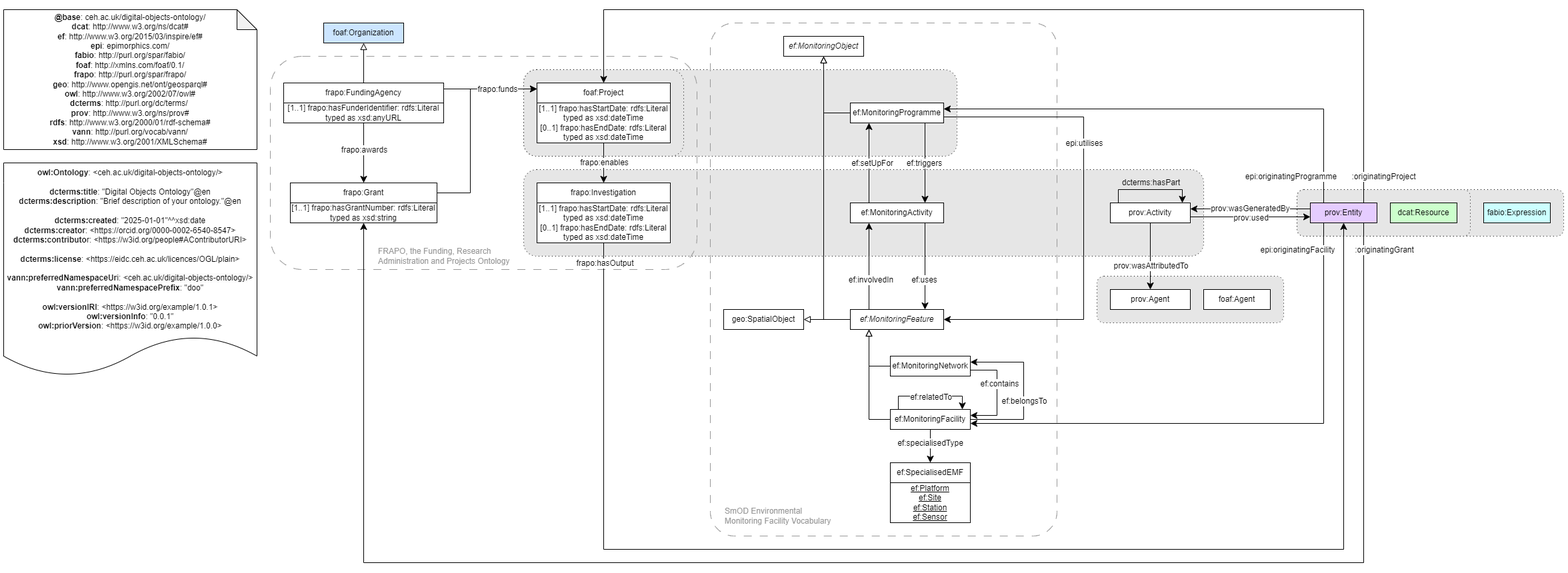
The draw.io diagram ontology/digital_objects_ontology.png in NERC-CEH/digital-objects-ontology, before a commit. Source tidied: cells renumbered, new cells last; positions are measured from the earlier drawing's top-left corner, leaving out a move shared by most shapes.
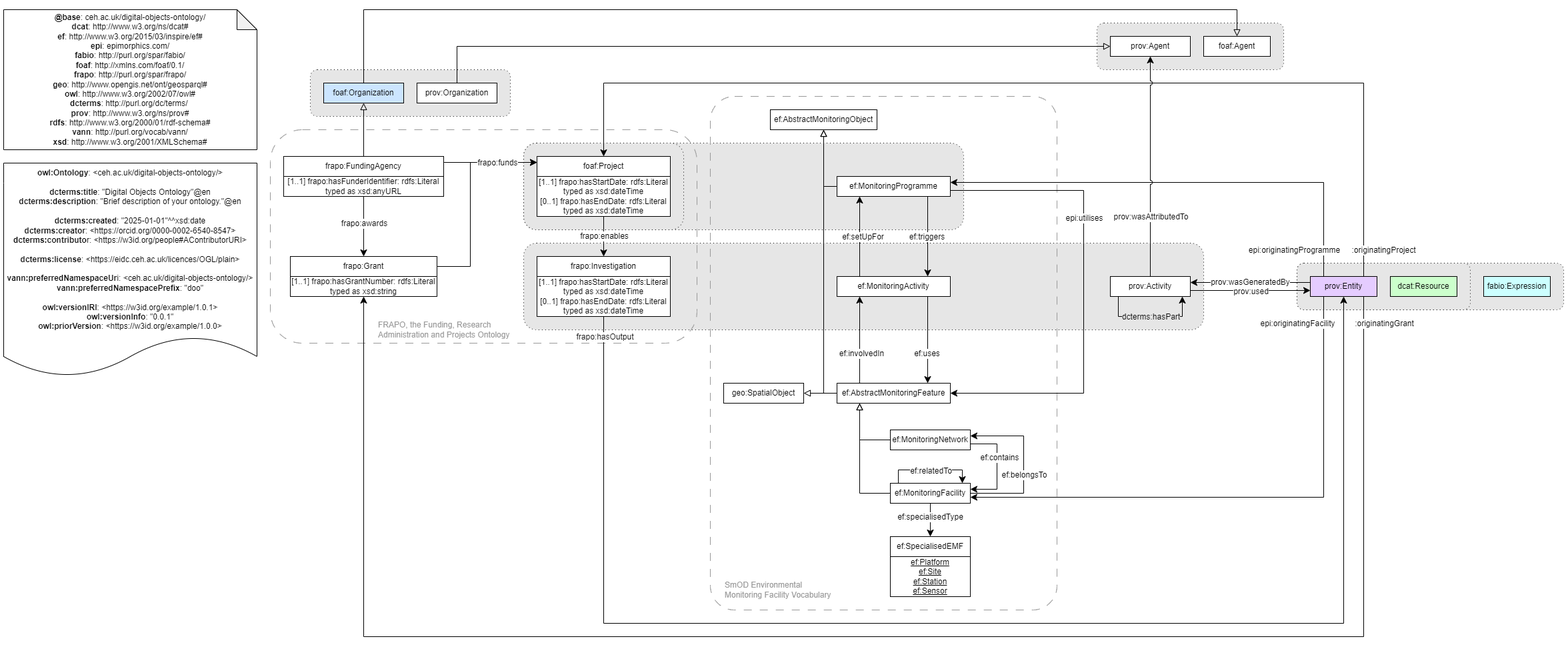
The same file after the commit.

What changed in the source:
```diff
@@ -4,2 +4,5 @@
     <mxCell id="1" parent="0" />
+    <mxCell id="90" style="rounded=1;whiteSpace=wrap;html=1;fillColor=#E6E6E6;dashed=1;dashPattern=1 4;" parent="1" vertex="1">
+      <mxGeometry x="460" y="-20" width="300" height="70" as="geometry" />
+    </mxCell>
     <mxCell id="2" style="rounded=1;whiteSpace=wrap;html=1;fillColor=#E6E6E6;dashed=1;dashPattern=1 4;" parent="1" vertex="1">
@@ -14,3 +17,3 @@
     <mxCell id="5" style="rounded=1;whiteSpace=wrap;html=1;fillColor=#E6E6E6;dashed=1;dashPattern=1 4;" parent="1" vertex="1">
-      <mxGeometry x="780" y="90" width="650" height="130" as="geometry" />
+      <mxGeometry x="780" y="90" width="660" height="130" as="geometry" />
     </mxCell>
@@ -34,3 +37,3 @@
     <mxCell id="10" style="rounded=1;whiteSpace=wrap;html=1;fillColor=#E6E6E6;dashed=1;dashPattern=1 4;" parent="1" vertex="1">
-      <mxGeometry x="1640" y="400" width="280" height="70" as="geometry" />
+      <mxGeometry x="1640" y="-90" width="280" height="70" as="geometry" />
     </mxCell>
@@ -69,3 +72,3 @@
         <Array as="points">
-          <mxPoint x="1298" y="535" />
+          <mxPoint x="1284" y="535" />
         </Array>
@@ -73,4 +76,4 @@
     </mxCell>
-    <mxCell id="20" value="&lt;i&gt;ef:MonitoringFeature&lt;/i&gt;" style="rounded=0;whiteSpace=wrap;html=1;snapToPoint=1;points=[[0.1,0],[0.2,0],[0.3,0],[0.4,0],[0.5,0],[0.6,0],[0.7,0],[0.8,0],[0.9,0],[0,0.1],[0,0.3],[0,0.5],[0,0.7],[0,0.9],[0.1,1],[0.2,1],[0.3,1],[0.4,1],[0.5,1],[0.6,1],[0.7,1],[0.8,1],[0.9,1],[1,0.1],[1,0.3],[1,0.5],[1,0.7],[1,0.9]];" parent="1" vertex="1">
-      <mxGeometry x="1270" y="450" width="140" height="30" as="geometry" />
+    <mxCell id="20" value="ef:AbstractMonitoringFeature" style="rounded=0;whiteSpace=wrap;html=1;snapToPoint=1;points=[[0.1,0],[0.2,0],[0.3,0],[0.4,0],[0.5,0],[0.6,0],[0.7,0],[0.8,0],[0.9,0],[0,0.1],[0,0.3],[0,0.5],[0,0.7],[0,0.9],[0.1,1],[0.2,1],[0.3,1],[0.4,1],[0.5,1],[0.6,1],[0.7,1],[0.8,1],[0.9,1],[1,0.1],[1,0.3],[1,0.5],[1,0.7],[1,0.9]];" parent="1" vertex="1">
+      <mxGeometry x="1250" y="450" width="170" height="30" as="geometry" />
     </mxCell>
@@ -82,3 +85,3 @@
         <Array as="points">
-          <mxPoint x="1298" y="615" />
+          <mxPoint x="1284" y="615" />
         </Array>
@@ -89,4 +92,4 @@
     </mxCell>
-    <mxCell id="24" value="&lt;i&gt;ef:MonitoringObject&lt;/i&gt;" style="rounded=0;whiteSpace=wrap;html=1;snapToPoint=1;points=[[0.1,0],[0.2,0],[0.3,0],[0.4,0],[0.5,0],[0.6,0],[0.7,0],[0.8,0],[0.9,0],[0,0.1],[0,0.3],[0,0.5],[0,0.7],[0,0.9],[0.1,1],[0.2,1],[0.3,1],[0.4,1],[0.5,1],[0.6,1],[0.7,1],[0.8,1],[0.9,1],[1,0.1],[1,0.3],[1,0.5],[1,0.7],[1,0.9]];" parent="1" vertex="1">
-      <mxGeometry x="1170" y="40" width="120" height="30" as="geometry" />
+    <mxCell id="24" value="ef:AbstractMonitoringObject" style="rounded=0;whiteSpace=wrap;html=1;snapToPoint=1;points=[[0.1,0],[0.2,0],[0.3,0],[0.4,0],[0.5,0],[0.6,0],[0.7,0],[0.8,0],[0.9,0],[0,0.1],[0,0.3],[0,0.5],[0,0.7],[0,0.9],[0.1,1],[0.2,1],[0.3,1],[0.4,1],[0.5,1],[0.6,1],[0.7,1],[0.8,1],[0.9,1],[1,0.1],[1,0.3],[1,0.5],[1,0.7],[1,0.9]];" parent="1" vertex="1">
+      <mxGeometry x="1150" y="40" width="160" height="30" as="geometry" />
     </mxCell>
@@ -100,3 +103,3 @@
     <mxCell id="26" value="ef:MonitoringProgramme" style="rounded=0;whiteSpace=wrap;html=1;snapToPoint=1;points=[[0.1,0],[0.2,0],[0.3,0],[0.4,0],[0.5,0],[0.6,0],[0.7,0],[0.8,0],[0.9,0],[0,0.1],[0,0.3],[0,0.5],[0,0.7],[0,0.9],[0.1,1],[0.2,1],[0.3,1],[0.4,1],[0.5,1],[0.6,1],[0.7,1],[0.8,1],[0.9,1],[1,0.1],[1,0.3],[1,0.5],[1,0.7],[1,0.9]];" parent="1" vertex="1">
-      <mxGeometry x="1270" y="140" width="140" height="30" as="geometry" />
+      <mxGeometry x="1250" y="140" width="170" height="30" as="geometry" />
     </mxCell>
@@ -110,3 +113,3 @@
     <mxCell id="28" value="&lt;font style=&quot;&quot;&gt;ef:MonitoringActivity&lt;/font&gt;" style="rounded=0;whiteSpace=wrap;html=1;snapToPoint=1;points=[[0.1,0],[0.2,0],[0.3,0],[0.4,0],[0.5,0],[0.6,0],[0.7,0],[0.8,0],[0.9,0],[0,0.1],[0,0.3],[0,0.5],[0,0.7],[0,0.9],[0.1,1],[0.2,1],[0.3,1],[0.4,1],[0.5,1],[0.6,1],[0.7,1],[0.8,1],[0.9,1],[1,0.1],[1,0.3],[1,0.5],[1,0.7],[1,0.9]];fontColor=default;" parent="1" vertex="1">
-      <mxGeometry x="1270" y="290" width="140" height="30" as="geometry" />
+      <mxGeometry x="1250" y="290" width="170" height="30" as="geometry" />
     </mxCell>
@@ -219,12 +222,4 @@
     </mxCell>
-    <mxCell id="55" style="endArrow=classic;html=1;exitX=0.5;exitY=1;exitDx=0;exitDy=0;endSize=8;arcSize=0;rounded=0;entryX=0.5;entryY=0;entryDx=0;entryDy=0;" parent="1" edge="1" source="16" target="57">
-      <mxGeometry relative="1" as="geometry" />
-    </mxCell>
-    <mxCell id="56" value="&lt;div&gt;&lt;font style=&quot;font-size: 12px;&quot;&gt;prov:wasAttributedTo&lt;/font&gt;&lt;/div&gt;" style="edgeLabel;html=1;align=center;verticalAlign=middle;" parent="55" vertex="1">
-      <mxGeometry x="-0.19" y="-1" relative="1" as="geometry">
-        <mxPoint x="1" y="24" as="offset" />
-      </mxGeometry>
-    </mxCell>
     <mxCell id="57" value="prov:Agent" style="rounded=0;whiteSpace=wrap;html=1;snapToPoint=1;points=[[0.1,0],[0.2,0],[0.3,0],[0.4,0],[0.5,0],[0.6,0],[0.7,0],[0.8,0],[0.9,0],[0,0.1],[0,0.3],[0,0.5],[0,0.7],[0,0.9],[0.1,1],[0.2,1],[0.3,1],[0.4,1],[0.5,1],[0.6,1],[0.7,1],[0.8,1],[0.9,1],[1,0.1],[1,0.3],[1,0.5],[1,0.7],[1,0.9]];" parent="1" vertex="1">
-      <mxGeometry x="1660" y="420" width="120" height="30" as="geometry" />
+      <mxGeometry x="1660" y="-70" width="120" height="30" as="geometry" />
     </mxCell>
@@ -239,3 +234,3 @@
     <mxCell id="60" value="foaf:Organization" style="rounded=0;whiteSpace=wrap;html=1;snapToPoint=1;points=[[0.1,0],[0.2,0],[0.3,0],[0.4,0],[0.5,0],[0.6,0],[0.7,0],[0.8,0],[0.9,0],[0,0.1],[0,0.3],[0,0.5],[0,0.7],[0,0.9],[0.1,1],[0.2,1],[0.3,1],[0.4,1],[0.5,1],[0.6,1],[0.7,1],[0.8,1],[0.9,1],[1,0.1],[1,0.3],[1,0.5],[1,0.7],[1,0.9]];fillColor=#CCE5FF;" parent="1" vertex="1">
-      <mxGeometry x="480" y="20" width="120" height="30" as="geometry" />
+      <mxGeometry x="480" width="120" height="30" as="geometry" />
     </mxCell>
@@ -248,3 +243,3 @@
     <mxCell id="63" value="foaf:Agent" style="rounded=0;whiteSpace=wrap;html=1;snapToPoint=1;points=[[0.1,0],[0.2,0],[0.3,0],[0.4,0],[0.5,0],[0.6,0],[0.7,0],[0.8,0],[0.9,0],[0,0.1],[0,0.3],[0,0.5],[0,0.7],[0,0.9],[0.1,1],[0.2,1],[0.3,1],[0.4,1],[0.5,1],[0.6,1],[0.7,1],[0.8,1],[0.9,1],[1,0.1],[1,0.3],[1,0.5],[1,0.7],[1,0.9]];" parent="1" vertex="1">
-      <mxGeometry x="1800" y="420" width="100" height="30" as="geometry" />
+      <mxGeometry x="1800" y="-70" width="100" height="30" as="geometry" />
     </mxCell>
@@ -300,7 +295,7 @@
     </mxCell>
-    <mxCell id="72" style="endArrow=classic;html=1;exitX=0.1;exitY=0;exitDx=0;exitDy=0;entryX=0.9;entryY=0;entryDx=0;entryDy=0;endSize=8;arcSize=0;rounded=1;" parent="1" edge="1" source="16" target="16">
+    <mxCell id="72" style="endArrow=classic;html=1;exitX=0.1;exitY=1;exitDx=0;exitDy=0;entryX=0.9;entryY=1;entryDx=0;entryDy=0;endSize=8;arcSize=0;rounded=1;" parent="1" edge="1" source="16" target="16">
       <mxGeometry relative="1" as="geometry">
         <Array as="points">
-          <mxPoint x="1672" y="270" />
-          <mxPoint x="1768" y="270" />
+          <mxPoint x="1672" y="350" />
+          <mxPoint x="1768" y="350" />
         </Array>
@@ -310,3 +305,3 @@
       <mxGeometry x="-0.19" y="-1" relative="1" as="geometry">
-        <mxPoint x="13" y="-12" as="offset" />
+        <mxPoint x="15" y="-1" as="offset" />
       </mxGeometry>
@@ -329,3 +324,3 @@
     <mxCell id="79" value="&lt;div&gt;&lt;b&gt;@base&lt;/b&gt;: ceh.ac.uk/digital-objects-ontology/&lt;/div&gt;&lt;div&gt;&lt;b&gt;dcat&lt;/b&gt;:&amp;nbsp;http://www.w3.org/ns/dcat#&lt;br&gt;&lt;/div&gt;&lt;div&gt;&lt;b style=&quot;background-color: transparent; color: light-dark(rgb(0, 0, 0), rgb(255, 255, 255));&quot;&gt;ef&lt;/b&gt;&lt;span style=&quot;background-color: transparent; color: light-dark(rgb(0, 0, 0), rgb(255, 255, 255));&quot;&gt;:&amp;nbsp;http://www.w3.org/2015/03/inspire/ef#&lt;/span&gt;&lt;br&gt;&lt;/div&gt;&lt;div&gt;&lt;b&gt;epi&lt;/b&gt;: epimorphics.com/&lt;/div&gt;&lt;div&gt;&lt;b&gt;fabio&lt;/b&gt;:&amp;nbsp;&lt;span style=&quot;background-color: transparent;&quot;&gt;http://purl.org/spar/fabio/&lt;/span&gt;&lt;/div&gt;&lt;div&gt;&lt;span style=&quot;background-color: transparent;&quot;&gt;&lt;b&gt;foaf&lt;/b&gt;:&amp;nbsp;&lt;/span&gt;&lt;span style=&quot;background-color: transparent;&quot;&gt;http://xmlns.com/foaf/0.1/&lt;/span&gt;&lt;/div&gt;&lt;div&gt;&lt;span style=&quot;background-color: transparent;&quot;&gt;&lt;b&gt;frapo&lt;/b&gt;:&amp;nbsp;&lt;/span&gt;&lt;span style=&quot;background-color: transparent; color: light-dark(rgb(0, 0, 0), rgb(255, 255, 255));&quot;&gt;http://purl.org/spar/frapo/&lt;/span&gt;&lt;/div&gt;&lt;div&gt;&lt;span style=&quot;background-color: transparent;&quot;&gt;&lt;b&gt;geo&lt;/b&gt;:&amp;nbsp;&lt;/span&gt;&lt;span style=&quot;background-color: transparent;&quot;&gt;http://www.opengis.net/ont/geosparql#&lt;/span&gt;&lt;/div&gt;&lt;div&gt;&lt;b style=&quot;background-color: transparent; color: light-dark(rgb(0, 0, 0), rgb(255, 255, 255));&quot;&gt;owl&lt;/b&gt;&lt;span style=&quot;background-color: transparent; color: light-dark(rgb(0, 0, 0), rgb(255, 255, 255));&quot;&gt;:&amp;nbsp;&lt;/span&gt;&lt;span style=&quot;background-color: transparent;&quot;&gt;http://www.w3.org/2002/07/owl#&lt;/span&gt;&lt;/div&gt;&lt;div&gt;&lt;b style=&quot;background-color: transparent; color: light-dark(rgb(0, 0, 0), rgb(255, 255, 255));&quot;&gt;dcterms&lt;/b&gt;&lt;span style=&quot;background-color: transparent; color: light-dark(rgb(0, 0, 0), rgb(255, 255, 255));&quot;&gt;:&amp;nbsp;&lt;/span&gt;&lt;span style=&quot;background-color: transparent;&quot;&gt;http://purl.org/dc/terms/&lt;/span&gt;&lt;span style=&quot;background-color: transparent; color: light-dark(rgb(0, 0, 0), rgb(255, 255, 255));&quot;&gt;&amp;nbsp;&lt;/span&gt;&lt;/div&gt;&lt;div&gt;&lt;b style=&quot;background-color: transparent; color: light-dark(rgb(0, 0, 0), rgb(255, 255, 255));&quot;&gt;prov&lt;/b&gt;&lt;span style=&quot;background-color: transparent; color: light-dark(rgb(0, 0, 0), rgb(255, 255, 255));&quot;&gt;:&lt;/span&gt;&lt;span style=&quot;background-color: transparent; color: light-dark(rgb(0, 0, 0), rgb(255, 255, 255));&quot;&gt;&amp;nbsp;http://www.w3.org/ns/prov#&lt;/span&gt;&lt;br&gt;&lt;/div&gt;&lt;div&gt;&lt;span style=&quot;background-color: transparent; color: light-dark(rgb(0, 0, 0), rgb(255, 255, 255));&quot;&gt;&lt;b&gt;rdfs&lt;/b&gt;:&amp;nbsp;&lt;/span&gt;&lt;span style=&quot;background-color: transparent;&quot;&gt;http://www.w3.org/2000/01/rdf-schema#&lt;/span&gt;&lt;/div&gt;&lt;div&gt;&lt;span style=&quot;background-color: transparent;&quot;&gt;&lt;b&gt;vann&lt;/b&gt;:&amp;nbsp;&lt;/span&gt;&lt;span style=&quot;background-color: transparent;&quot;&gt;http://purl.org/vocab/vann/&lt;/span&gt;&lt;/div&gt;&lt;div&gt;&lt;span style=&quot;background-color: transparent; color: light-dark(rgb(0, 0, 0), rgb(255, 255, 255));&quot;&gt;&lt;b&gt;xsd&lt;/b&gt;:&amp;nbsp;&lt;/span&gt;&lt;span style=&quot;background-color: transparent;&quot;&gt;http://www.w3.org/2001/XMLSchema#&lt;/span&gt;&lt;/div&gt;" style="shape=note;whiteSpace=wrap;html=1;backgroundOutline=1;darkOpacity=0.05;" parent="1" vertex="1">
-      <mxGeometry width="380" height="210" as="geometry" />
+      <mxGeometry y="-110" width="380" height="210" as="geometry" />
     </mxCell>
@@ -373,4 +368,30 @@
     <mxCell id="89" value="&lt;div&gt;&lt;b style=&quot;border-color: var(--border-color);&quot;&gt;owl:Ontology&lt;/b&gt;: &amp;lt;ceh.ac.uk/digital-objects-ontology/&amp;gt;&lt;b&gt;&lt;br&gt;&lt;/b&gt;&lt;/div&gt;&lt;div&gt;&lt;b&gt;&lt;br&gt;&lt;/b&gt;&lt;/div&gt;&lt;div&gt;&lt;b&gt;dcterms:title&lt;/b&gt;: &quot;Digital Objects Ontology&quot;@en &lt;br&gt;&lt;b&gt;dc&lt;/b&gt;&lt;b style=&quot;color: light-dark(rgb(0, 0, 0), rgb(237, 237, 237));&quot;&gt;terms&lt;/b&gt;&lt;b style=&quot;background-color: light-dark(rgb(255, 255, 255), rgb(18, 18, 18)); color: light-dark(rgb(0, 0, 0), rgb(237, 237, 237));&quot;&gt;:description&lt;/b&gt;&lt;span style=&quot;background-color: light-dark(rgb(255, 255, 255), rgb(18, 18, 18)); color: light-dark(rgb(0, 0, 0), rgb(237, 237, 237));&quot;&gt;: &quot;Brief description of your ontology.&quot;@en&lt;/span&gt;&lt;/div&gt;&lt;div&gt;&lt;br&gt;&lt;b&gt;dc&lt;/b&gt;&lt;b style=&quot;color: light-dark(rgb(0, 0, 0), rgb(237, 237, 237));&quot;&gt;terms&lt;/b&gt;&lt;b style=&quot;background-color: light-dark(rgb(255, 255, 255), rgb(18, 18, 18)); color: light-dark(rgb(0, 0, 0), rgb(237, 237, 237));&quot;&gt;:created&lt;/b&gt;&lt;span style=&quot;background-color: light-dark(rgb(255, 255, 255), rgb(18, 18, 18)); color: light-dark(rgb(0, 0, 0), rgb(237, 237, 237));&quot;&gt;: &quot;2025-01-01&quot;^^xsd:date&lt;/span&gt;&lt;/div&gt;&lt;div&gt;&lt;b&gt;dc&lt;/b&gt;&lt;b style=&quot;color: light-dark(rgb(0, 0, 0), rgb(237, 237, 237));&quot;&gt;terms&lt;/b&gt;&lt;b style=&quot;background-color: light-dark(rgb(255, 255, 255), rgb(18, 18, 18)); color: light-dark(rgb(0, 0, 0), rgb(237, 237, 237));&quot;&gt;:creator&lt;/b&gt;&lt;span style=&quot;background-color: light-dark(rgb(255, 255, 255), rgb(18, 18, 18)); color: light-dark(rgb(0, 0, 0), rgb(237, 237, 237));&quot;&gt;: &amp;lt;https://orcid.org/0000-0002-6540-8547&amp;gt;&lt;/span&gt;&lt;/div&gt;&lt;div&gt;&lt;b&gt;dc&lt;/b&gt;&lt;b style=&quot;color: light-dark(rgb(0, 0, 0), rgb(237, 237, 237));&quot;&gt;terms&lt;/b&gt;&lt;b style=&quot;background-color: light-dark(rgb(255, 255, 255), rgb(18, 18, 18)); color: light-dark(rgb(0, 0, 0), rgb(237, 237, 237));&quot;&gt;:contributo&lt;/b&gt;&lt;span style=&quot;background-color: light-dark(rgb(255, 255, 255), rgb(18, 18, 18)); color: light-dark(rgb(0, 0, 0), rgb(237, 237, 237));&quot;&gt;r: &amp;lt;https://w3id.org/people#AContributorURI&amp;gt;&lt;/span&gt;&lt;/div&gt;&lt;div&gt;&lt;br&gt;&lt;b&gt;dc&lt;/b&gt;&lt;b style=&quot;color: light-dark(rgb(0, 0, 0), rgb(237, 237, 237));&quot;&gt;terms&lt;/b&gt;&lt;b style=&quot;background-color: light-dark(rgb(255, 255, 255), rgb(18, 18, 18)); color: light-dark(rgb(0, 0, 0), rgb(237, 237, 237));&quot;&gt;:license&lt;/b&gt;&lt;span style=&quot;background-color: light-dark(rgb(255, 255, 255), rgb(18, 18, 18)); color: light-dark(rgb(0, 0, 0), rgb(237, 237, 237));&quot;&gt;: &amp;lt;https://eidc.ceh.ac.uk/licences/OGL/plain&amp;gt;&lt;/span&gt;&lt;/div&gt;&lt;div&gt;&lt;br&gt;&lt;/div&gt;&lt;div&gt;&lt;b&gt;vann:preferredNamespaceUr&lt;/b&gt;i: &amp;lt;&lt;span style=&quot;background-color: rgb(251, 251, 251);&quot;&gt;ceh.ac.uk/digital-objects-ontology/&lt;/span&gt;&amp;gt;&lt;br&gt;&lt;b&gt;vann:preferredNamespacePrefix&lt;/b&gt;: &quot;doo&quot; &lt;br&gt;&lt;br&gt;&lt;b&gt;owl:versionIRI&lt;/b&gt;: &amp;lt;https://w3id.org/example/1.0.1&amp;gt;&lt;br&gt;&lt;b&gt;owl:versionInfo&lt;/b&gt;: &quot;0.0.1&quot;&lt;br&gt;&lt;b&gt;owl:priorVersion&lt;/b&gt;: &amp;lt;https://w3id.org/example/1.0.0&amp;gt;&lt;br&gt;&lt;/div&gt;" style="shape=document;whiteSpace=wrap;html=1;boundedLbl=1;labelBackgroundColor=#ffffff;strokeColor=#000000;fontSize=12;fontColor=#000000;size=0.1875;" parent="1" vertex="1">
-      <mxGeometry y="230" width="380" height="320" as="geometry" />
+      <mxGeometry y="120" width="380" height="320" as="geometry" />
     </mxCell>
+    <mxCell id="91" value="prov:Organization" style="rounded=0;whiteSpace=wrap;html=1;snapToPoint=1;points=[[0.1,0],[0.2,0],[0.3,0],[0.4,0],[0.5,0],[0.6,0],[0.7,0],[0.8,0],[0.9,0],[0,0.1],[0,0.3],[0,0.5],[0,0.7],[0,0.9],[0.1,1],[0.2,1],[0.3,1],[0.4,1],[0.5,1],[0.6,1],[0.7,1],[0.8,1],[0.9,1],[1,0.1],[1,0.3],[1,0.5],[1,0.7],[1,0.9]];" parent="1" vertex="1">
+      <mxGeometry x="620" width="120" height="30" as="geometry" />
+    </mxCell>
+    <mxCell id="92" style="endArrow=block;html=1;fontColor=#000099;exitX=0.5;exitY=0;exitDx=0;exitDy=0;endFill=0;entryX=0;entryY=0.5;entryDx=0;entryDy=0;endSize=8;arcSize=0;rounded=0;" parent="1" edge="1" source="91" target="57">
+      <mxGeometry relative="1" as="geometry">
+        <Array as="points">
+          <mxPoint x="680" y="-55" />
+        </Array>
+      </mxGeometry>
+    </mxCell>
+    <mxCell id="93" style="endArrow=block;html=1;fontColor=#000099;exitX=0.5;exitY=0;exitDx=0;exitDy=0;endFill=0;entryX=0.5;entryY=0;entryDx=0;entryDy=0;endSize=8;arcSize=0;rounded=0;" parent="1" edge="1" source="60" target="63">
+      <mxGeometry relative="1" as="geometry">
+        <Array as="points">
+          <mxPoint x="540" y="-110" />
+          <mxPoint x="1850" y="-110" />
+        </Array>
+      </mxGeometry>
+    </mxCell>
+    <mxCell id="55" style="endArrow=classic;html=1;exitX=0.5;exitY=0;exitDx=0;exitDy=0;endSize=8;arcSize=0;rounded=0;entryX=0.5;entryY=1;entryDx=0;entryDy=0;jumpStyle=arc;" parent="1" edge="1" source="16" target="57">
+      <mxGeometry relative="1" as="geometry" />
+    </mxCell>
+    <mxCell id="56" value="&lt;div&gt;&lt;font style=&quot;font-size: 12px;&quot;&gt;prov:wasAttributedTo&lt;/font&gt;&lt;/div&gt;" style="edgeLabel;html=1;align=center;verticalAlign=middle;" parent="55" vertex="1">
+      <mxGeometry x="-0.19" y="-1" relative="1" as="geometry">
+        <mxPoint x="-1" y="44" as="offset" />
+      </mxGeometry>
+    </mxCell>
   </root>
```
